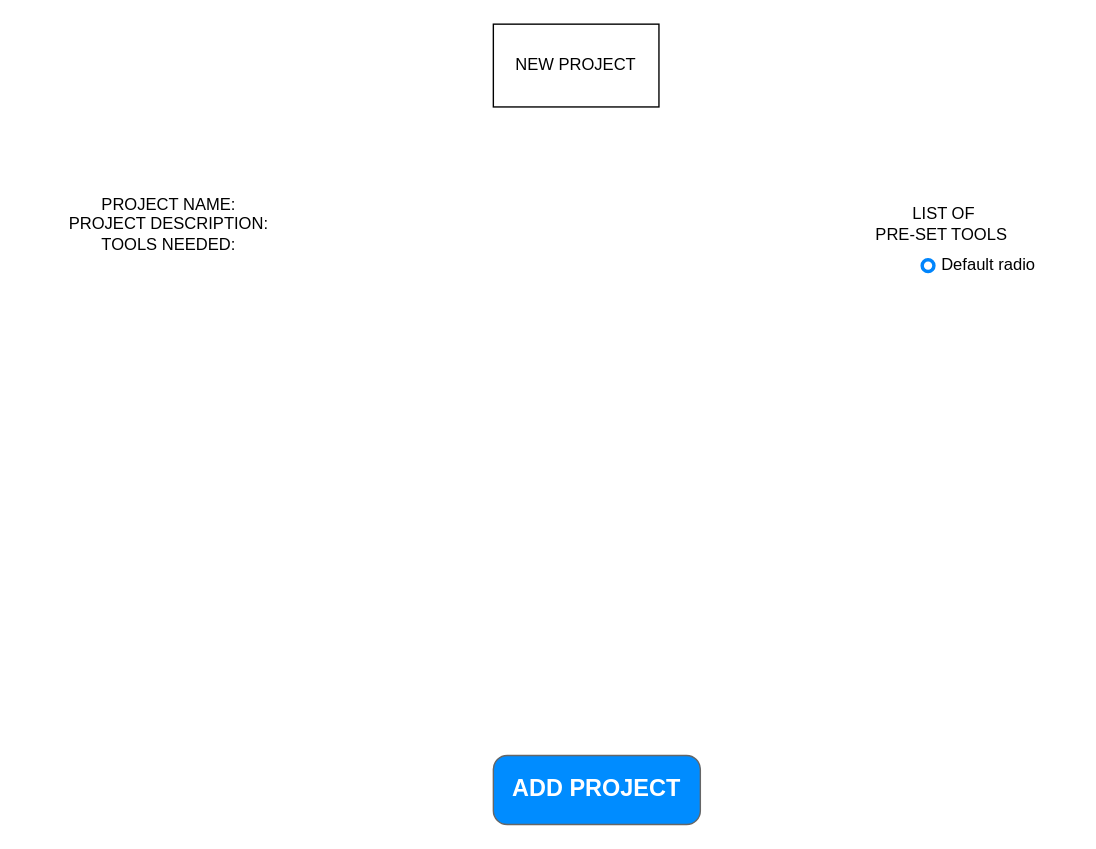
Earlier version of the draw.io diagram page "NEW PAGE" (2 of 6) of Untitled Diagram.drawio (wescbro12/Unit-2-Honey-Do). Source tidied: cells renumbered, new cells numbered last; positions are measured from the earlier drawing's top-left corner, leaving out a move shared by most shapes. Both pictures are drawn from the tidied source at 138%, with x=0, y=0 at pixel (23, 23).
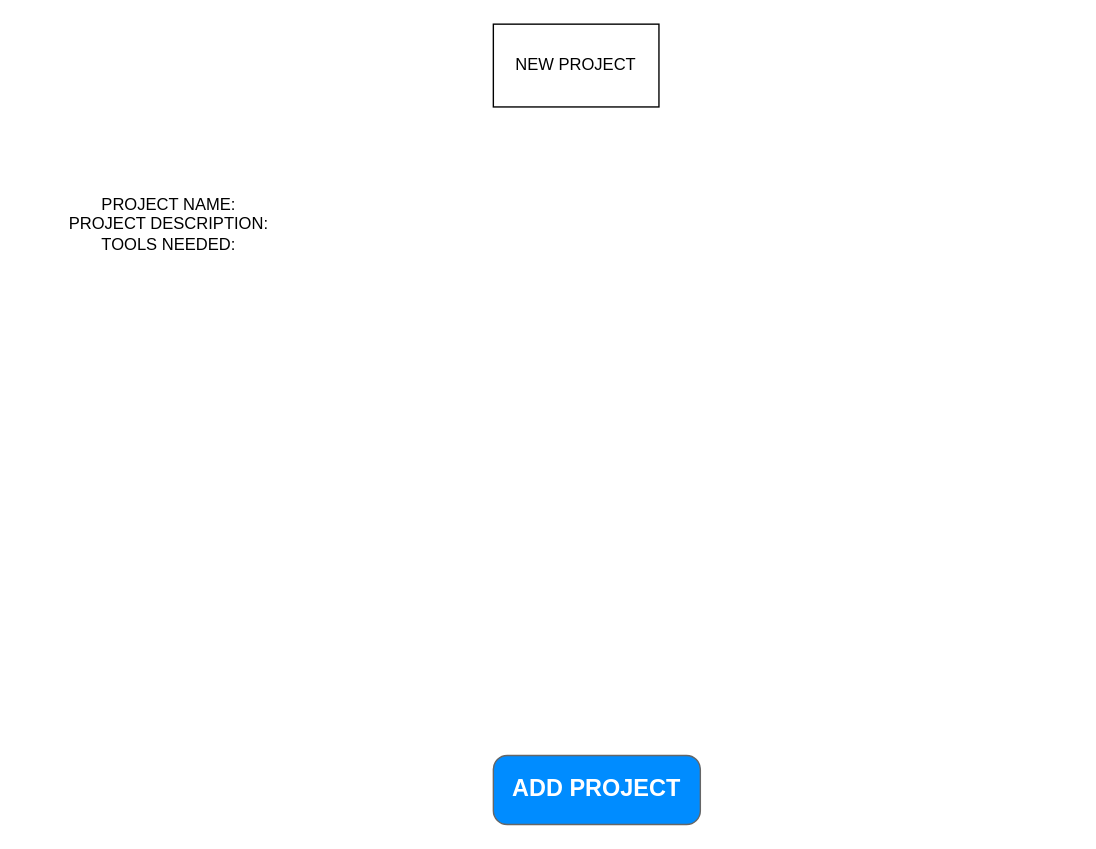
The same diagram, later.

What changed in the source:
```diff
@@
 <mxGraphModel>
   <root>
     <mxCell id="0" />
     <mxCell id="1" parent="0" />
     <mxCell id="2" value="NEW PROJECT" style="rounded=0;whiteSpace=wrap;html=1;" parent="1" vertex="1">
       <mxGeometry x="340" width="120" height="60" as="geometry" />
     </mxCell>
     <mxCell id="3" value="PROJECT NAME:&lt;br&gt;PROJECT DESCRIPTION:&lt;br&gt;TOOLS NEEDED:" style="text;html=1;strokeColor=none;fillColor=none;align=center;verticalAlign=middle;whiteSpace=wrap;rounded=0;" parent="1" vertex="1">
       <mxGeometry y="110" width="210" height="70" as="geometry" />
     </mxCell>
-    <mxCell id="4" value="&amp;nbsp;LIST OF&lt;br&gt;PRE-SET TOOLS" style="text;html=1;strokeColor=none;fillColor=none;align=center;verticalAlign=middle;whiteSpace=wrap;rounded=0;" parent="1" vertex="1">
-      <mxGeometry x="570" y="100" width="190" height="90" as="geometry" />
-    </mxCell>
-    <mxCell id="5" value="Default radio" style="html=1;shadow=0;dashed=0;shape=mxgraph.bootstrap.radioButton2;labelPosition=right;verticalLabelPosition=middle;align=left;verticalAlign=middle;gradientColor=#DEDEDE;fillColor=#EDEDED;checked=1;spacing=5;checkedFill=#0085FC;checkedStroke=#ffffff;sketch=0;" parent="1" vertex="1">
-      <mxGeometry x="650" y="170" width="10" height="10" as="geometry" />
-    </mxCell>
     <mxCell id="6" value="ADD PROJECT" style="strokeWidth=1;shadow=0;dashed=0;align=center;html=1;shape=mxgraph.mockup.buttons.button;strokeColor=#666666;fontColor=#ffffff;mainText=;buttonStyle=round;fontSize=17;fontStyle=1;fillColor=#008cff;whiteSpace=wrap;" parent="1" vertex="1">
       <mxGeometry x="340" y="530" width="150" height="50" as="geometry" />
     </mxCell>
   </root>
 </mxGraphModel>
```
